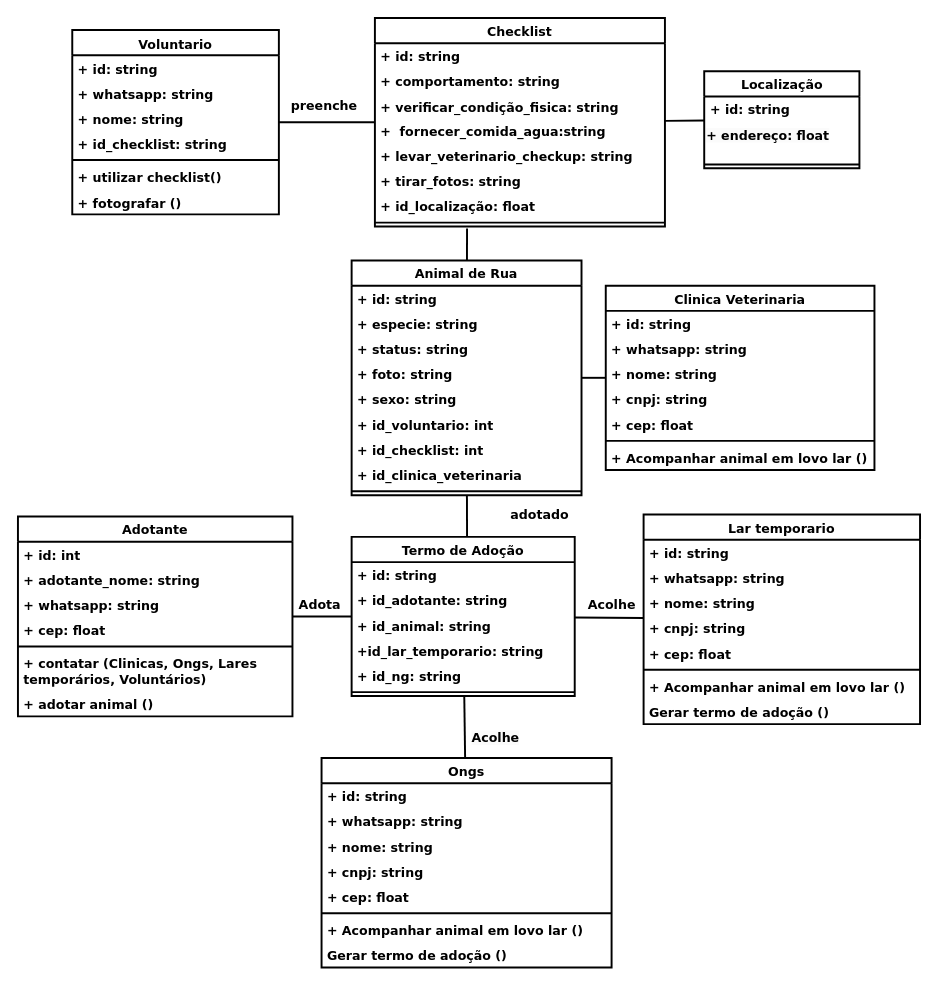
JoaoGans/DRAW.tcc keeps this draw.io diagram as Diagrama classe tcc.drawio. Above is the earlier version. Source tidied: cells renumbered, new cells numbered last; positions are measured from the earlier drawing's top-left corner, leaving out a move shared by most shapes. Both pictures are drawn from the tidied source at 97%, with x=0, y=0 at pixel (17, 17).
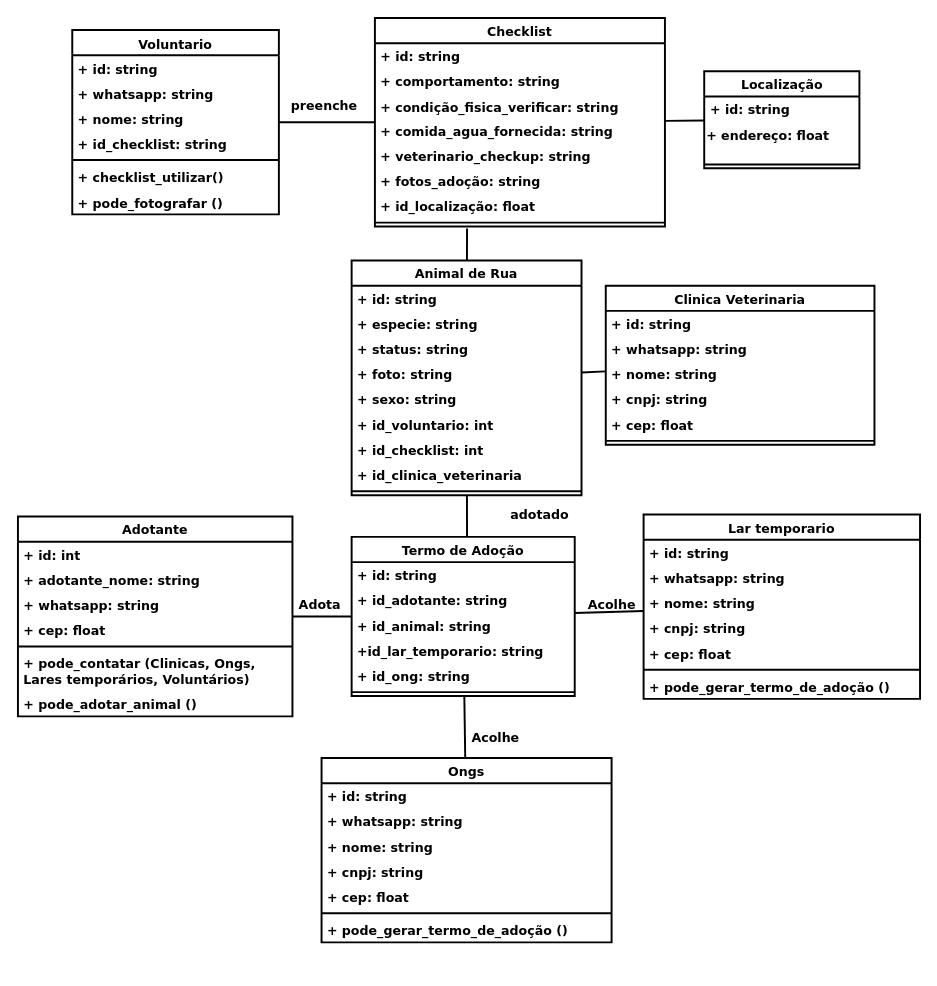
The same page after the edit.

The change refers to these unchanged cells:
```xml
<mxCell id="2" value="Voluntario" style="swimlane;fontStyle=1;align=center;verticalAlign=top;horizontal=1;startSize=26;whiteSpace=wrap;html=1;shadow=0;strokeWidth=2;fontFamily=Verdana;fontSize=13;" parent="1" vertex="1">
  <mxGeometry x="56" y="12.5" width="213" height="190" as="geometry" />
</mxCell>
<mxCell id="10" value="Checklist" style="swimlane;fontStyle=1;align=center;verticalAlign=top;horizontal=1;startSize=26;whiteSpace=wrap;html=1;shadow=0;strokeWidth=2;fontFamily=Verdana;fontSize=13;" parent="1" vertex="1">
  <mxGeometry x="368" width="299" height="215" as="geometry" />
</mxCell>
<mxCell id="41" value="Termo de Adoção" style="swimlane;fontStyle=1;align=center;verticalAlign=top;horizontal=1;startSize=26;whiteSpace=wrap;html=1;shadow=0;strokeWidth=2;fontFamily=Verdana;fontSize=13;" parent="1" vertex="1">
  <mxGeometry x="344" y="535" width="230" height="164" as="geometry" />
</mxCell>
<mxCell id="48" value="Adotante" style="swimlane;fontStyle=1;align=center;verticalAlign=top;horizontal=1;startSize=26;whiteSpace=wrap;html=1;shadow=0;strokeWidth=2;fontFamily=Verdana;fontSize=13;" parent="1" vertex="1">
  <mxGeometry y="514" width="283" height="206" as="geometry" />
</mxCell>
```

What changed in the source:
```diff
@@
-    <mxCell id="8" value="+ utilizar checklist()" style="text;align=left;verticalAlign=top;spacingLeft=4;spacingRight=4;overflow=hidden;whiteSpace=wrap;html=1;shadow=0;strokeWidth=2;fontFamily=Verdana;fontSize=13;fontStyle=1;" parent="2" vertex="1">
+    <mxCell id="8" value="+ checklist_utilizar()" style="text;align=left;verticalAlign=top;spacingLeft=4;spacingRight=4;overflow=hidden;whiteSpace=wrap;html=1;shadow=0;strokeWidth=2;fontFamily=Verdana;fontSize=13;fontStyle=1;" parent="2" vertex="1">
       <mxGeometry y="138" width="213" height="26" as="geometry" />
     </mxCell>
-    <mxCell id="9" value="&lt;span style=&quot;text-align: center; text-wrap: nowrap; font-size: 13px;&quot;&gt;+ fotografar ()&lt;/span&gt;" style="text;align=left;verticalAlign=top;spacingLeft=4;spacingRight=4;overflow=hidden;whiteSpace=wrap;html=1;shadow=0;strokeWidth=2;fontFamily=Verdana;fontSize=13;fontStyle=1;" parent="2" vertex="1">
+    <mxCell id="9" value="&lt;span style=&quot;text-align: center; text-wrap: nowrap; font-size: 13px;&quot;&gt;+ pode_fotografar ()&lt;/span&gt;" style="text;align=left;verticalAlign=top;spacingLeft=4;spacingRight=4;overflow=hidden;whiteSpace=wrap;html=1;shadow=0;strokeWidth=2;fontFamily=Verdana;fontSize=13;fontStyle=1;" parent="2" vertex="1">
       <mxGeometry y="164" width="213" height="26" as="geometry" />
     </mxCell>
@@
-    <mxCell id="13" value="+ verificar_condição_fisica: string" style="text;align=left;verticalAlign=top;spacingLeft=4;spacingRight=4;overflow=hidden;whiteSpace=wrap;html=1;shadow=0;strokeWidth=2;fontFamily=Verdana;fontSize=13;fontStyle=1;" parent="10" vertex="1">
+    <mxCell id="13" value="+ condição_fisica_verificar: string" style="text;align=left;verticalAlign=top;spacingLeft=4;spacingRight=4;overflow=hidden;whiteSpace=wrap;html=1;shadow=0;strokeWidth=2;fontFamily=Verdana;fontSize=13;fontStyle=1;" parent="10" vertex="1">
       <mxGeometry y="78" width="299" height="25" as="geometry" />
     </mxCell>
-    <mxCell id="14" value="+&amp;nbsp; fornecer_comida_agua:string" style="text;align=left;verticalAlign=top;spacingLeft=4;spacingRight=4;overflow=hidden;whiteSpace=wrap;html=1;shadow=0;strokeWidth=2;fontFamily=Verdana;fontSize=13;fontStyle=1;" parent="10" vertex="1">
+    <mxCell id="14" value="+ comida_agua_fornecida: string" style="text;align=left;verticalAlign=top;spacingLeft=4;spacingRight=4;overflow=hidden;whiteSpace=wrap;html=1;shadow=0;strokeWidth=2;fontFamily=Verdana;fontSize=13;fontStyle=1;" parent="10" vertex="1">
       <mxGeometry y="103" width="299" height="26" as="geometry" />
     </mxCell>
-    <mxCell id="15" value="+ levar_veterinario_checkup: string" style="text;align=left;verticalAlign=top;spacingLeft=4;spacingRight=4;overflow=hidden;whiteSpace=wrap;html=1;shadow=0;strokeWidth=2;fontFamily=Verdana;fontSize=13;fontStyle=1;" parent="10" vertex="1">
+    <mxCell id="15" value="+ veterinario_checkup: string" style="text;align=left;verticalAlign=top;spacingLeft=4;spacingRight=4;overflow=hidden;whiteSpace=wrap;html=1;shadow=0;strokeWidth=2;fontFamily=Verdana;fontSize=13;fontStyle=1;" parent="10" vertex="1">
       <mxGeometry y="129" width="299" height="26" as="geometry" />
     </mxCell>
-    <mxCell id="16" value="+ tirar_fotos: string" style="text;align=left;verticalAlign=top;spacingLeft=4;spacingRight=4;overflow=hidden;whiteSpace=wrap;html=1;shadow=0;strokeWidth=2;fontFamily=Verdana;fontSize=13;fontStyle=1;" parent="10" vertex="1">
+    <mxCell id="16" value="+ fotos_adoção: string" style="text;align=left;verticalAlign=top;spacingLeft=4;spacingRight=4;overflow=hidden;whiteSpace=wrap;html=1;shadow=0;strokeWidth=2;fontFamily=Verdana;fontSize=13;fontStyle=1;" parent="10" vertex="1">
       <mxGeometry y="155" width="299" height="26" as="geometry" />
     </mxCell>
@@
     <mxCell id="33" value="Clinica Veterinaria" style="swimlane;fontStyle=1;align=center;verticalAlign=top;horizontal=1;startSize=26;whiteSpace=wrap;html=1;shadow=0;strokeWidth=2;fontFamily=Verdana;fontSize=13;" parent="1" vertex="1">
-      <mxGeometry x="606" y="276" width="277" height="190" as="geometry" />
+      <mxGeometry x="606" y="276" width="277" height="164" as="geometry" />
     </mxCell>
@@
-    <mxCell id="40" value="+ Acompanhar animal em lovo lar ()" style="text;align=left;verticalAlign=top;spacingLeft=4;spacingRight=4;overflow=hidden;whiteSpace=wrap;html=1;shadow=0;strokeWidth=2;fontFamily=Verdana;fontSize=13;fontStyle=1;" parent="33" vertex="1">
-      <mxGeometry y="164" width="277" height="26" as="geometry" />
-    </mxCell>
@@
-    <mxCell id="46" value="+ id_ng: string" style="text;align=left;verticalAlign=top;spacingLeft=4;spacingRight=4;overflow=hidden;whiteSpace=wrap;html=1;shadow=0;strokeWidth=2;fontFamily=Verdana;fontSize=13;fontStyle=1;" parent="41" vertex="1">
+    <mxCell id="46" value="+ id_ong: string" style="text;align=left;verticalAlign=top;spacingLeft=4;spacingRight=4;overflow=hidden;whiteSpace=wrap;html=1;shadow=0;strokeWidth=2;fontFamily=Verdana;fontSize=13;fontStyle=1;" parent="41" vertex="1">
       <mxGeometry y="130" width="230" height="26" as="geometry" />
     </mxCell>
@@
-    <mxCell id="54" value="+ contatar (Clinicas, Ongs, Lares temporários, Voluntários)" style="text;align=left;verticalAlign=top;spacingLeft=4;spacingRight=4;overflow=hidden;whiteSpace=wrap;html=1;shadow=0;strokeWidth=2;fontFamily=Verdana;fontSize=13;fontStyle=1;" parent="48" vertex="1">
+    <mxCell id="54" value="+ pode_contatar (Clinicas, Ongs, Lares temporários, Voluntários)" style="text;align=left;verticalAlign=top;spacingLeft=4;spacingRight=4;overflow=hidden;whiteSpace=wrap;html=1;shadow=0;strokeWidth=2;fontFamily=Verdana;fontSize=13;fontStyle=1;" parent="48" vertex="1">
       <mxGeometry y="138" width="283" height="42" as="geometry" />
     </mxCell>
-    <mxCell id="55" value="+ adotar animal ()" style="text;align=left;verticalAlign=top;spacingLeft=4;spacingRight=4;overflow=hidden;whiteSpace=wrap;html=1;shadow=0;strokeWidth=2;fontFamily=Verdana;fontSize=13;fontStyle=1;" parent="48" vertex="1">
+    <mxCell id="55" value="+ pode_adotar_animal ()" style="text;align=left;verticalAlign=top;spacingLeft=4;spacingRight=4;overflow=hidden;whiteSpace=wrap;html=1;shadow=0;strokeWidth=2;fontFamily=Verdana;fontSize=13;fontStyle=1;" parent="48" vertex="1">
       <mxGeometry y="180" width="283" height="26" as="geometry" />
     </mxCell>
@@
     <mxCell id="60" value="Lar temporario" style="swimlane;fontStyle=1;align=center;verticalAlign=top;horizontal=1;startSize=26;whiteSpace=wrap;html=1;shadow=0;strokeWidth=2;fontFamily=Verdana;fontSize=13;" parent="1" vertex="1">
-      <mxGeometry x="645" y="512" width="285" height="216" as="geometry" />
+      <mxGeometry x="645" y="512" width="285" height="190" as="geometry" />
     </mxCell>
@@
-    <mxCell id="67" value="+ Acompanhar animal em lovo lar ()" style="text;align=left;verticalAlign=top;spacingLeft=4;spacingRight=4;overflow=hidden;whiteSpace=wrap;html=1;shadow=0;strokeWidth=2;fontFamily=Verdana;fontSize=13;fontStyle=1;" parent="60" vertex="1">
-      <mxGeometry y="164" width="285" height="26" as="geometry" />
-    </mxCell>
-    <mxCell id="68" value="Gerar termo de adoção ()" style="text;align=left;verticalAlign=top;spacingLeft=4;spacingRight=4;overflow=hidden;whiteSpace=wrap;html=1;shadow=0;strokeWidth=2;fontFamily=Verdana;fontSize=13;fontStyle=1;" parent="60" vertex="1">
-      <mxGeometry y="190" width="285" height="26" as="geometry" />
+    <mxCell id="68" value="+ pode_gerar_termo_de_adoção ()" style="text;align=left;verticalAlign=top;spacingLeft=4;spacingRight=4;overflow=hidden;whiteSpace=wrap;html=1;shadow=0;strokeWidth=2;fontFamily=Verdana;fontSize=13;fontStyle=1;" parent="60" vertex="1">
+      <mxGeometry y="164" width="285" height="26" as="geometry" />
     </mxCell>
     <mxCell id="69" value="Ongs" style="swimlane;fontStyle=1;align=center;verticalAlign=top;horizontal=1;startSize=26;whiteSpace=wrap;html=1;shadow=0;strokeWidth=2;fontFamily=Verdana;fontSize=13;" parent="1" vertex="1">
-      <mxGeometry x="313" y="763" width="299" height="216" as="geometry" />
+      <mxGeometry x="313" y="763" width="299" height="190" as="geometry" />
     </mxCell>
@@
-    <mxCell id="76" value="+ Acompanhar animal em lovo lar ()" style="text;align=left;verticalAlign=top;spacingLeft=4;spacingRight=4;overflow=hidden;whiteSpace=wrap;html=1;shadow=0;strokeWidth=2;fontFamily=Verdana;fontSize=13;fontStyle=1;" parent="69" vertex="1">
-      <mxGeometry y="164" width="299" height="26" as="geometry" />
-    </mxCell>
-    <mxCell id="77" value="Gerar termo de adoção ()" style="text;align=left;verticalAlign=top;spacingLeft=4;spacingRight=4;overflow=hidden;whiteSpace=wrap;html=1;shadow=0;strokeWidth=2;fontFamily=Verdana;fontSize=13;fontStyle=1;" parent="69" vertex="1">
-      <mxGeometry y="190" width="299" height="26" as="geometry" />
+    <mxCell id="77" value="+ pode_gerar_termo_de_adoção ()" style="text;align=left;verticalAlign=top;spacingLeft=4;spacingRight=4;overflow=hidden;whiteSpace=wrap;html=1;shadow=0;strokeWidth=2;fontFamily=Verdana;fontSize=13;fontStyle=1;" parent="69" vertex="1">
+      <mxGeometry y="164" width="299" height="26" as="geometry" />
     </mxCell>
```
